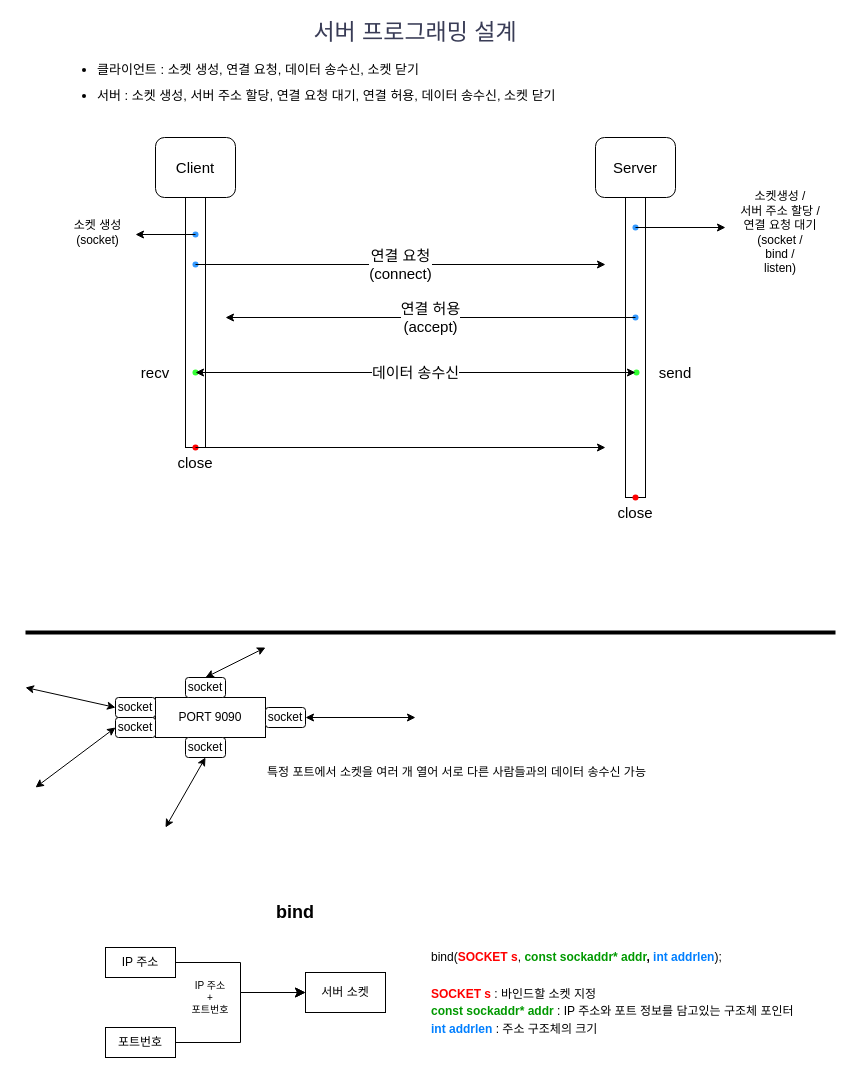
jh051777/chat keeps this draw.io diagram as Chat_Diagram.drawio. Above is the earlier version. Source tidied: cells renumbered, new cells numbered last; positions are measured from the earlier drawing's top-left corner, leaving out a move shared by most shapes. Both pictures are drawn from the tidied source at 100%, with x=0, y=0 at pixel (25, 17).
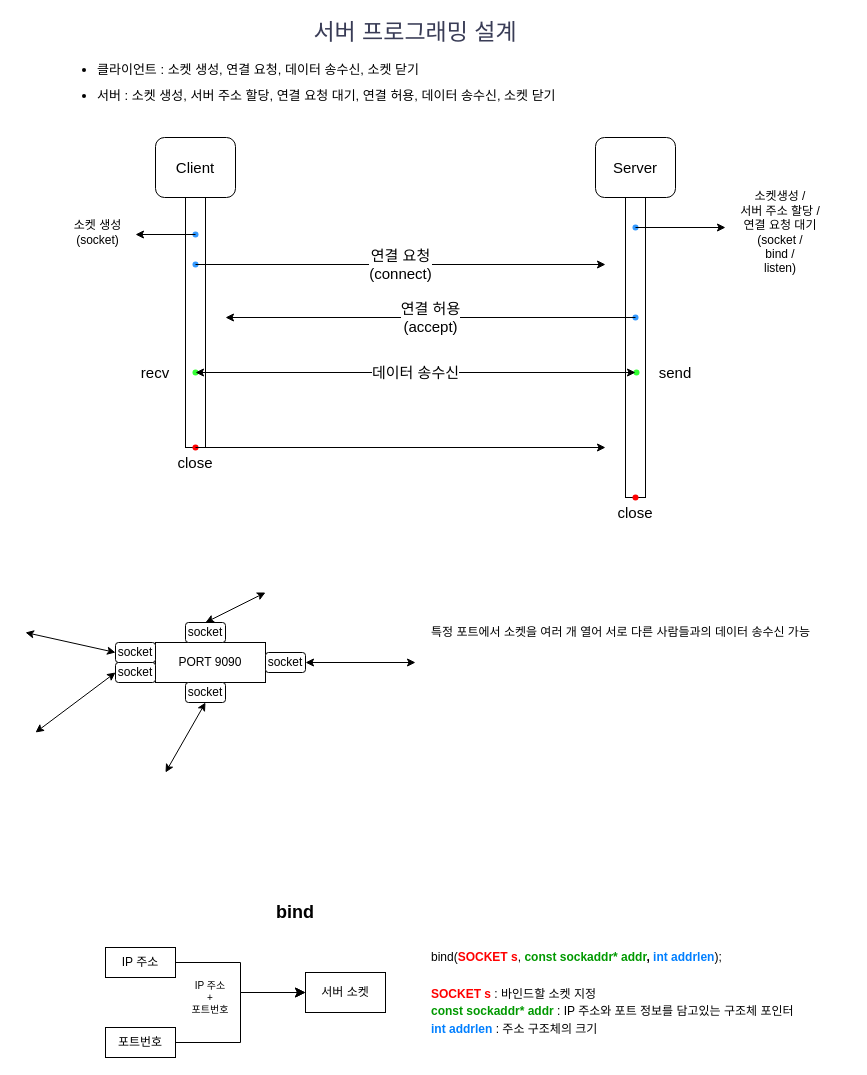
The same diagram, later.

The change refers to these unchanged cells:
```xml
<mxCell id="29" value="서버 소켓" style="rounded=0;whiteSpace=wrap;html=1;" parent="1" vertex="1">
  <mxGeometry x="280" y="955" width="80" height="40" as="geometry" />
</mxCell>
<mxCell id="31" value="IP 주소" style="rounded=0;whiteSpace=wrap;html=1;" parent="1" vertex="1">
  <mxGeometry x="80" y="930" width="70" height="30" as="geometry" />
</mxCell>
<mxCell id="32" value="포트번호" style="rounded=0;whiteSpace=wrap;html=1;" parent="1" vertex="1">
  <mxGeometry x="80" y="1010" width="70" height="30" as="geometry" />
</mxCell>
```

Change to the diagram source:
```diff
@@
-    <mxCell id="30" style="line;strokeWidth=4;html=1;perimeter=backbonePerimeter;" parent="1" vertex="1">
-      <mxGeometry y="610" width="810" height="10" as="geometry" />
-    </mxCell>
@@
+    <mxCell id="45" value="특정 포트에서 소켓을 여러 개 열어 서로 다른 사람들과의 데이터 송수신 가능" style="text;html=1;align=left;verticalAlign=middle;whiteSpace=wrap;rounded=0;" parent="1" vertex="1">
+      <mxGeometry x="404" y="600" width="420" height="30" as="geometry" />
+    </mxCell>
+    <mxCell id="46" style="edgeStyle=elbowEdgeStyle;elbow=horizontal;endArrow=classic;html=1;curved=0;rounded=0;endSize=8;startSize=8;exitX=1;exitY=0.5;exitDx=0;exitDy=0;entryX=0;entryY=0.5;entryDx=0;entryDy=0;" parent="1" edge="1" source="32" target="29">
+      <mxGeometry relative="1" as="geometry" />
+    </mxCell>
+    <mxCell id="47" style="edgeStyle=elbowEdgeStyle;elbow=horizontal;endArrow=classic;html=1;curved=0;rounded=0;endSize=8;startSize=8;exitX=1;exitY=0.5;exitDx=0;exitDy=0;entryX=0;entryY=0.5;entryDx=0;entryDy=0;" parent="1" edge="1" source="31" target="29">
+      <mxGeometry relative="1" as="geometry" />
+    </mxCell>
+    <mxCell id="48" value="IP 주소&lt;div&gt;+&lt;/div&gt;&lt;div&gt;포트번호&lt;/div&gt;" style="text;html=1;align=center;verticalAlign=middle;whiteSpace=wrap;rounded=0;fontSize=10;" parent="1" vertex="1">
+      <mxGeometry x="150" y="965" width="70" height="30" as="geometry" />
+    </mxCell>
+    <mxCell id="49" value="&lt;b&gt;&lt;font color=&quot;#ff0000&quot;&gt;SOCKET s&lt;/font&gt;&lt;/b&gt; : 바인드할 소켓 지정&lt;div style=&quot;line-height: 150%;&quot;&gt;&lt;b&gt;&lt;font color=&quot;#009900&quot;&gt;const sockaddr* addr&lt;/font&gt;&lt;/b&gt; : IP 주소와 포트 정보를 담고있는 구조체 포인터&lt;/div&gt;&lt;div style=&quot;line-height: 150%;&quot;&gt;&lt;b&gt;&lt;font color=&quot;#007fff&quot;&gt;int addrlen&lt;/font&gt;&lt;/b&gt; : 주소 구조체의 크기&lt;/div&gt;" style="text;html=1;align=left;verticalAlign=middle;whiteSpace=wrap;rounded=0;" parent="1" vertex="1">
+      <mxGeometry x="404" y="980" width="396" height="30" as="geometry" />
+    </mxCell>
+    <mxCell id="50" value="bind(&lt;b&gt;&lt;font color=&quot;#ff0000&quot;&gt;SOCKET s&lt;/font&gt;&lt;/b&gt;, &lt;font color=&quot;#009900&quot;&gt;&lt;b style=&quot;&quot;&gt;const sockaddr*&lt;/b&gt; &lt;/font&gt;&lt;b&gt;&lt;font color=&quot;#009900&quot;&gt;addr&lt;/font&gt;, &lt;font color=&quot;#007fff&quot;&gt;int addrlen&lt;/font&gt;&lt;/b&gt;);" style="text;html=1;align=left;verticalAlign=middle;whiteSpace=wrap;rounded=0;" parent="1" vertex="1">
+      <mxGeometry x="404" y="925" width="360" height="30" as="geometry" />
+    </mxCell>
+    <mxCell id="51" style="group;" parent="1" vertex="1">
+      <mxGeometry y="575" width="390" height="180" as="geometry" />
+    </mxCell>
-    <mxCell id="34" value="&lt;div&gt;PORT 9090&lt;/div&gt;" style="rounded=0;whiteSpace=wrap;html=1;" parent="1" vertex="1">
-      <mxGeometry x="130" y="680" width="110" height="40" as="geometry" />
+    <mxCell id="34" value="&lt;div&gt;PORT 9090&lt;/div&gt;" style="rounded=0;whiteSpace=wrap;html=1;" parent="51" vertex="1">
+      <mxGeometry x="130" y="50" width="110" height="40" as="geometry" />
     </mxCell>
-    <mxCell id="35" value="socket" style="rounded=1;whiteSpace=wrap;html=1;" parent="1" vertex="1">
-      <mxGeometry x="90" y="680" width="40" height="20" as="geometry" />
+    <mxCell id="35" value="socket" style="rounded=1;whiteSpace=wrap;html=1;" parent="51" vertex="1">
+      <mxGeometry x="90" y="50" width="40" height="20" as="geometry" />
     </mxCell>
-    <mxCell id="36" value="socket" style="rounded=1;whiteSpace=wrap;html=1;" parent="1" vertex="1">
-      <mxGeometry x="240" y="690" width="40" height="20" as="geometry" />
+    <mxCell id="36" value="socket" style="rounded=1;whiteSpace=wrap;html=1;" parent="51" vertex="1">
+      <mxGeometry x="240" y="60" width="40" height="20" as="geometry" />
     </mxCell>
-    <mxCell id="37" value="socket" style="rounded=1;whiteSpace=wrap;html=1;" parent="1" vertex="1">
-      <mxGeometry x="160" y="660" width="40" height="20" as="geometry" />
+    <mxCell id="37" value="socket" style="rounded=1;whiteSpace=wrap;html=1;" parent="51" vertex="1">
+      <mxGeometry x="160" y="30" width="40" height="20" as="geometry" />
     </mxCell>
-    <mxCell id="38" value="socket" style="rounded=1;whiteSpace=wrap;html=1;" parent="1" vertex="1">
-      <mxGeometry x="90" y="700" width="40" height="20" as="geometry" />
+    <mxCell id="38" value="socket" style="rounded=1;whiteSpace=wrap;html=1;" parent="51" vertex="1">
+      <mxGeometry x="90" y="70" width="40" height="20" as="geometry" />
     </mxCell>
-    <mxCell id="39" value="socket" style="rounded=1;whiteSpace=wrap;html=1;" parent="1" vertex="1">
-      <mxGeometry x="160" y="720" width="40" height="20" as="geometry" />
+    <mxCell id="39" value="socket" style="rounded=1;whiteSpace=wrap;html=1;" parent="51" vertex="1">
+      <mxGeometry x="160" y="90" width="40" height="20" as="geometry" />
     </mxCell>
-    <mxCell id="40" style="endArrow=classic;startArrow=classic;html=1;rounded=0;entryX=0;entryY=0.5;entryDx=0;entryDy=0;" parent="1" edge="1" target="35">
+    <mxCell id="40" style="endArrow=classic;startArrow=classic;html=1;rounded=0;entryX=0;entryY=0.5;entryDx=0;entryDy=0;" parent="51" edge="1" target="35">
       <mxGeometry relative="1" as="geometry">
-        <mxPoint y="670" as="sourcePoint" />
+        <mxPoint y="40" as="sourcePoint" />
       </mxGeometry>
     </mxCell>
-    <mxCell id="41" style="endArrow=classic;startArrow=classic;html=1;rounded=0;exitX=1;exitY=0.5;exitDx=0;exitDy=0;" parent="1" edge="1" source="36">
+    <mxCell id="41" style="endArrow=classic;startArrow=classic;html=1;rounded=0;exitX=1;exitY=0.5;exitDx=0;exitDy=0;" parent="51" edge="1" source="36">
       <mxGeometry relative="1" as="geometry">
-        <mxPoint x="390" y="700" as="targetPoint" />
+        <mxPoint x="390" y="70" as="targetPoint" />
       </mxGeometry>
     </mxCell>
-    <mxCell id="42" style="endArrow=classic;startArrow=classic;html=1;rounded=0;entryX=0.5;entryY=1;entryDx=0;entryDy=0;" parent="1" edge="1" target="39">
+    <mxCell id="42" style="endArrow=classic;startArrow=classic;html=1;rounded=0;entryX=0.5;entryY=1;entryDx=0;entryDy=0;" parent="51" edge="1" target="39">
       <mxGeometry relative="1" as="geometry">
-        <mxPoint x="140" y="810" as="sourcePoint" />
+        <mxPoint x="140" y="180" as="sourcePoint" />
       </mxGeometry>
     </mxCell>
-    <mxCell id="43" style="endArrow=classic;startArrow=classic;html=1;rounded=0;exitX=0.5;exitY=0;exitDx=0;exitDy=0;" parent="1" edge="1" source="37">
+    <mxCell id="43" style="endArrow=classic;startArrow=classic;html=1;rounded=0;exitX=0.5;exitY=0;exitDx=0;exitDy=0;" parent="51" edge="1" source="37">
       <mxGeometry relative="1" as="geometry">
-        <mxPoint x="240" y="630" as="targetPoint" />
+        <mxPoint x="240" as="targetPoint" />
       </mxGeometry>
     </mxCell>
-    <mxCell id="44" style="endArrow=classic;startArrow=classic;html=1;rounded=0;entryX=0;entryY=0.5;entryDx=0;entryDy=0;" parent="1" edge="1" target="38">
+    <mxCell id="44" style="endArrow=classic;startArrow=classic;html=1;rounded=0;entryX=0;entryY=0.5;entryDx=0;entryDy=0;" parent="51" edge="1" target="38">
       <mxGeometry relative="1" as="geometry">
-        <mxPoint x="10" y="770" as="sourcePoint" />
+        <mxPoint x="10" y="140" as="sourcePoint" />
       </mxGeometry>
     </mxCell>
-    <mxCell id="45" value="특정 포트에서 소켓을 여러 개 열어 서로 다른 사람들과의 데이터 송수신 가능" style="text;html=1;align=left;verticalAlign=middle;whiteSpace=wrap;rounded=0;" parent="1" vertex="1">
-      <mxGeometry x="240" y="740" width="420" height="30" as="geometry" />
-    </mxCell>
-    <mxCell id="46" style="edgeStyle=elbowEdgeStyle;elbow=horizontal;endArrow=classic;html=1;curved=0;rounded=0;endSize=8;startSize=8;exitX=1;exitY=0.5;exitDx=0;exitDy=0;entryX=0;entryY=0.5;entryDx=0;entryDy=0;" parent="1" edge="1" source="32" target="29">
-      <mxGeometry relative="1" as="geometry" />
-    </mxCell>
-    <mxCell id="47" style="edgeStyle=elbowEdgeStyle;elbow=horizontal;endArrow=classic;html=1;curved=0;rounded=0;endSize=8;startSize=8;exitX=1;exitY=0.5;exitDx=0;exitDy=0;entryX=0;entryY=0.5;entryDx=0;entryDy=0;" parent="1" edge="1" source="31" target="29">
-      <mxGeometry relative="1" as="geometry" />
-    </mxCell>
-    <mxCell id="48" value="IP 주소&lt;div&gt;+&lt;/div&gt;&lt;div&gt;포트번호&lt;/div&gt;" style="text;html=1;align=center;verticalAlign=middle;whiteSpace=wrap;rounded=0;fontSize=10;" parent="1" vertex="1">
-      <mxGeometry x="150" y="965" width="70" height="30" as="geometry" />
-    </mxCell>
-    <mxCell id="49" value="&lt;b&gt;&lt;font color=&quot;#ff0000&quot;&gt;SOCKET s&lt;/font&gt;&lt;/b&gt; : 바인드할 소켓 지정&lt;div style=&quot;line-height: 150%;&quot;&gt;&lt;b&gt;&lt;font color=&quot;#009900&quot;&gt;const sockaddr* addr&lt;/font&gt;&lt;/b&gt; : IP 주소와 포트 정보를 담고있는 구조체 포인터&lt;/div&gt;&lt;div style=&quot;line-height: 150%;&quot;&gt;&lt;b&gt;&lt;font color=&quot;#007fff&quot;&gt;int addrlen&lt;/font&gt;&lt;/b&gt; : 주소 구조체의 크기&lt;/div&gt;" style="text;html=1;align=left;verticalAlign=middle;whiteSpace=wrap;rounded=0;" parent="1" vertex="1">
-      <mxGeometry x="404" y="980" width="396" height="30" as="geometry" />
-    </mxCell>
-    <mxCell id="50" value="bind(&lt;b&gt;&lt;font color=&quot;#ff0000&quot;&gt;SOCKET s&lt;/font&gt;&lt;/b&gt;, &lt;font color=&quot;#009900&quot;&gt;&lt;b style=&quot;&quot;&gt;const sockaddr*&lt;/b&gt; &lt;/font&gt;&lt;b&gt;&lt;font color=&quot;#009900&quot;&gt;addr&lt;/font&gt;, &lt;font color=&quot;#007fff&quot;&gt;int addrlen&lt;/font&gt;&lt;/b&gt;);" style="text;html=1;align=left;verticalAlign=middle;whiteSpace=wrap;rounded=0;" parent="1" vertex="1">
-      <mxGeometry x="404" y="925" width="360" height="30" as="geometry" />
-    </mxCell>
```
